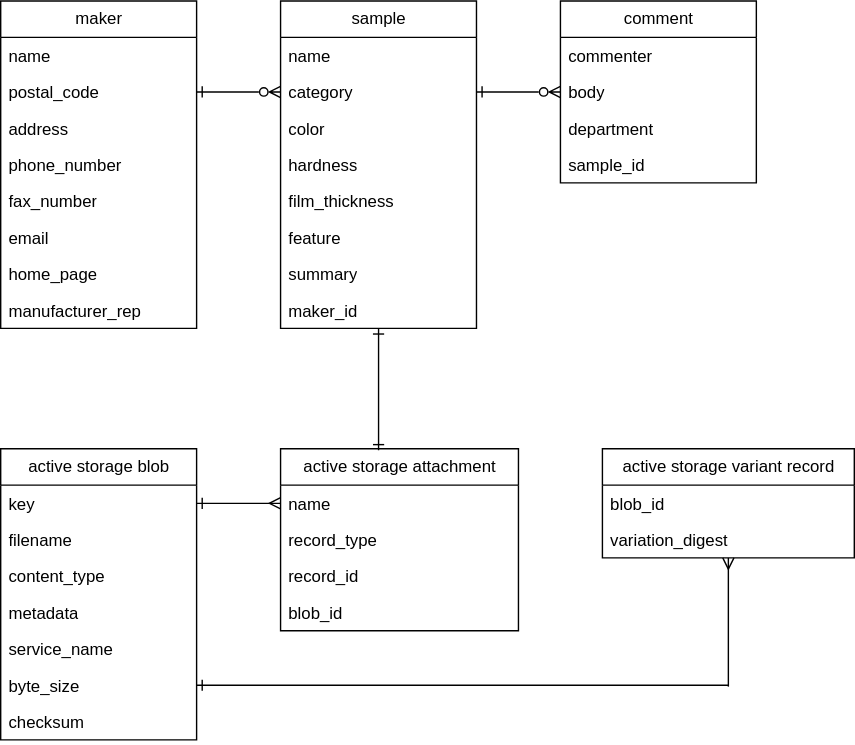
This is entity_relationship_diagram/er_diagram.drawio.svg from harutoreon/surface-treatment-manager, a draw.io export, as it was before one commit. Source tidied: cells renumbered, new cells last; positions are measured from the earlier drawing's top-left corner, leaving out a move shared by most shapes. Its diagram source:
```xml
<mxGraphModel>
  <root>
    <mxCell id="0" />
    <mxCell id="1" parent="0" />
    <mxCell id="2" value="maker" style="swimlane;fontStyle=0;horizontal=1;startSize=26;fillColor=none;html=1;" parent="1" vertex="1">
      <mxGeometry width="140" height="234" as="geometry" />
    </mxCell>
    <mxCell id="3" value="name" style="text;strokeColor=none;fillColor=none;align=left;verticalAlign=top;spacingLeft=4;spacingRight=4;overflow=hidden;whiteSpace=wrap;html=1;" parent="2" vertex="1">
      <mxGeometry y="26" width="140" height="26" as="geometry" />
    </mxCell>
    <mxCell id="4" value="postal_code" style="text;strokeColor=none;fillColor=none;align=left;verticalAlign=top;spacingLeft=4;spacingRight=4;overflow=hidden;points=[[0,0.5],[1,0.5]];portConstraint=eastwest;whiteSpace=wrap;html=1;" parent="2" vertex="1">
      <mxGeometry y="52" width="140" height="26" as="geometry" />
    </mxCell>
    <mxCell id="5" value="address" style="text;strokeColor=none;fillColor=none;align=left;verticalAlign=top;spacingLeft=4;spacingRight=4;overflow=hidden;whiteSpace=wrap;html=1;" parent="2" vertex="1">
      <mxGeometry y="78" width="140" height="26" as="geometry" />
    </mxCell>
    <mxCell id="6" value="phone_number" style="text;strokeColor=none;fillColor=none;align=left;verticalAlign=top;spacingLeft=4;spacingRight=4;overflow=hidden;whiteSpace=wrap;html=1;" parent="2" vertex="1">
      <mxGeometry y="104" width="140" height="26" as="geometry" />
    </mxCell>
    <mxCell id="7" value="fax_number" style="text;strokeColor=none;fillColor=none;align=left;verticalAlign=top;spacingLeft=4;spacingRight=4;overflow=hidden;whiteSpace=wrap;html=1;" parent="2" vertex="1">
      <mxGeometry y="130" width="140" height="26" as="geometry" />
    </mxCell>
    <mxCell id="8" value="email" style="text;strokeColor=none;fillColor=none;align=left;verticalAlign=top;spacingLeft=4;spacingRight=4;overflow=hidden;whiteSpace=wrap;html=1;" parent="2" vertex="1">
      <mxGeometry y="156" width="140" height="26" as="geometry" />
    </mxCell>
    <mxCell id="9" value="home_page" style="text;strokeColor=none;fillColor=none;align=left;verticalAlign=top;spacingLeft=4;spacingRight=4;overflow=hidden;whiteSpace=wrap;html=1;" parent="2" vertex="1">
      <mxGeometry y="182" width="140" height="26" as="geometry" />
    </mxCell>
    <mxCell id="10" value="manufacturer_rep" style="text;strokeColor=none;fillColor=none;align=left;verticalAlign=top;spacingLeft=4;spacingRight=4;overflow=hidden;whiteSpace=wrap;html=1;" parent="2" vertex="1">
      <mxGeometry y="208" width="140" height="26" as="geometry" />
    </mxCell>
    <mxCell id="11" value="&lt;span style=&quot;font-weight: normal;&quot;&gt;sample&lt;/span&gt;" style="swimlane;fontStyle=1;horizontal=1;startSize=26;fillColor=none;html=1;" parent="1" vertex="1">
      <mxGeometry x="200" width="140" height="234" as="geometry" />
    </mxCell>
    <mxCell id="12" value="name" style="text;strokeColor=none;fillColor=none;align=left;verticalAlign=top;spacingLeft=4;spacingRight=4;overflow=hidden;whiteSpace=wrap;html=1;" parent="11" vertex="1">
      <mxGeometry y="26" width="140" height="26" as="geometry" />
    </mxCell>
    <mxCell id="13" value="category" style="text;strokeColor=none;fillColor=none;align=left;verticalAlign=top;spacingLeft=4;spacingRight=4;overflow=hidden;points=[[0,0.5],[1,0.5]];portConstraint=eastwest;whiteSpace=wrap;html=1;" parent="11" vertex="1">
      <mxGeometry y="52" width="140" height="26" as="geometry" />
    </mxCell>
    <mxCell id="14" value="color" style="text;strokeColor=none;fillColor=none;align=left;verticalAlign=top;spacingLeft=4;spacingRight=4;overflow=hidden;whiteSpace=wrap;html=1;" parent="11" vertex="1">
      <mxGeometry y="78" width="140" height="26" as="geometry" />
    </mxCell>
    <mxCell id="15" value="hardness" style="text;strokeColor=none;fillColor=none;align=left;verticalAlign=top;spacingLeft=4;spacingRight=4;overflow=hidden;whiteSpace=wrap;html=1;" parent="11" vertex="1">
      <mxGeometry y="104" width="140" height="26" as="geometry" />
    </mxCell>
    <mxCell id="16" value="film_thickness" style="text;strokeColor=none;fillColor=none;align=left;verticalAlign=top;spacingLeft=4;spacingRight=4;overflow=hidden;whiteSpace=wrap;html=1;" parent="11" vertex="1">
      <mxGeometry y="130" width="140" height="26" as="geometry" />
    </mxCell>
    <mxCell id="17" value="feature" style="text;strokeColor=none;fillColor=none;align=left;verticalAlign=top;spacingLeft=4;spacingRight=4;overflow=hidden;whiteSpace=wrap;html=1;" parent="11" vertex="1">
      <mxGeometry y="156" width="140" height="26" as="geometry" />
    </mxCell>
    <mxCell id="18" value="summary" style="text;strokeColor=none;fillColor=none;align=left;verticalAlign=top;spacingLeft=4;spacingRight=4;overflow=hidden;whiteSpace=wrap;html=1;" parent="11" vertex="1">
      <mxGeometry y="182" width="140" height="26" as="geometry" />
    </mxCell>
    <mxCell id="19" value="maker_id" style="text;strokeColor=none;fillColor=none;align=left;verticalAlign=top;spacingLeft=4;spacingRight=4;overflow=hidden;whiteSpace=wrap;html=1;" parent="11" vertex="1">
      <mxGeometry y="208" width="140" height="26" as="geometry" />
    </mxCell>
    <mxCell id="20" value="&lt;span style=&quot;font-weight: normal;&quot;&gt;comment&lt;/span&gt;" style="swimlane;fontStyle=1;horizontal=1;startSize=26;fillColor=none;html=1;" parent="1" vertex="1">
      <mxGeometry x="400" width="140" height="130" as="geometry" />
    </mxCell>
    <mxCell id="21" value="commenter" style="text;strokeColor=none;fillColor=none;align=left;verticalAlign=top;spacingLeft=4;spacingRight=4;overflow=hidden;whiteSpace=wrap;html=1;" parent="20" vertex="1">
      <mxGeometry y="26" width="140" height="26" as="geometry" />
    </mxCell>
    <mxCell id="22" value="body" style="text;strokeColor=none;fillColor=none;align=left;verticalAlign=top;spacingLeft=4;spacingRight=4;overflow=hidden;points=[[0,0.5],[1,0.5]];portConstraint=eastwest;whiteSpace=wrap;html=1;" parent="20" vertex="1">
      <mxGeometry y="52" width="140" height="26" as="geometry" />
    </mxCell>
    <mxCell id="23" value="department" style="text;strokeColor=none;fillColor=none;align=left;verticalAlign=top;spacingLeft=4;spacingRight=4;overflow=hidden;whiteSpace=wrap;html=1;" parent="20" vertex="1">
      <mxGeometry y="78" width="140" height="26" as="geometry" />
    </mxCell>
    <mxCell id="24" value="sample_id" style="text;strokeColor=none;fillColor=none;align=left;verticalAlign=top;spacingLeft=4;spacingRight=4;overflow=hidden;whiteSpace=wrap;html=1;" parent="20" vertex="1">
      <mxGeometry y="104" width="140" height="26" as="geometry" />
    </mxCell>
    <mxCell id="25" style="edgeStyle=none;html=1;exitX=1;exitY=0.5;exitDx=0;exitDy=0;entryX=0;entryY=0.5;entryDx=0;entryDy=0;startArrow=ERone;startFill=0;endArrow=ERzeroToMany;endFill=0;" parent="1" edge="1" source="13" target="22">
      <mxGeometry relative="1" as="geometry" />
    </mxCell>
    <mxCell id="26" style="edgeStyle=none;html=1;exitX=1;exitY=0.5;exitDx=0;exitDy=0;entryX=0;entryY=0.5;entryDx=0;entryDy=0;startArrow=ERone;startFill=0;endArrow=ERzeroToMany;endFill=0;" parent="1" edge="1" source="4" target="13">
      <mxGeometry relative="1" as="geometry" />
    </mxCell>
    <mxCell id="27" value="active storage attachment" style="swimlane;fontStyle=0;horizontal=1;startSize=26;fillColor=none;html=1;" parent="1" vertex="1">
      <mxGeometry x="200" y="320" width="170" height="130" as="geometry" />
    </mxCell>
    <mxCell id="28" value="name" style="text;strokeColor=none;fillColor=none;align=left;verticalAlign=top;spacingLeft=4;spacingRight=4;overflow=hidden;points=[[0,0.5],[1,0.5]];portConstraint=eastwest;whiteSpace=wrap;html=1;" parent="27" vertex="1">
      <mxGeometry y="26" width="170" height="26" as="geometry" />
    </mxCell>
    <mxCell id="29" value="record_type" style="text;strokeColor=none;fillColor=none;align=left;verticalAlign=top;spacingLeft=4;spacingRight=4;overflow=hidden;whiteSpace=wrap;html=1;" parent="27" vertex="1">
      <mxGeometry y="52" width="170" height="26" as="geometry" />
    </mxCell>
    <mxCell id="30" value="record_id" style="text;strokeColor=none;fillColor=none;align=left;verticalAlign=top;spacingLeft=4;spacingRight=4;overflow=hidden;whiteSpace=wrap;html=1;" parent="27" vertex="1">
      <mxGeometry y="78" width="170" height="26" as="geometry" />
    </mxCell>
    <mxCell id="31" value="blob_id" style="text;strokeColor=none;fillColor=none;align=left;verticalAlign=top;spacingLeft=4;spacingRight=4;overflow=hidden;whiteSpace=wrap;html=1;" parent="27" vertex="1">
      <mxGeometry y="104" width="170" height="26" as="geometry" />
    </mxCell>
    <mxCell id="32" value="active storage blob" style="swimlane;fontStyle=0;horizontal=1;startSize=26;fillColor=none;html=1;" parent="1" vertex="1">
      <mxGeometry y="320" width="140" height="208" as="geometry" />
    </mxCell>
    <mxCell id="33" value="key" style="text;strokeColor=none;fillColor=none;align=left;verticalAlign=top;spacingLeft=4;spacingRight=4;overflow=hidden;points=[[0,0.5],[1,0.5]];portConstraint=eastwest;whiteSpace=wrap;html=1;" parent="32" vertex="1">
      <mxGeometry y="26" width="140" height="26" as="geometry" />
    </mxCell>
    <mxCell id="34" value="filename" style="text;strokeColor=none;fillColor=none;align=left;verticalAlign=top;spacingLeft=4;spacingRight=4;overflow=hidden;whiteSpace=wrap;html=1;" parent="32" vertex="1">
      <mxGeometry y="52" width="140" height="26" as="geometry" />
    </mxCell>
    <mxCell id="35" value="content_type" style="text;strokeColor=none;fillColor=none;align=left;verticalAlign=top;spacingLeft=4;spacingRight=4;overflow=hidden;whiteSpace=wrap;html=1;" parent="32" vertex="1">
      <mxGeometry y="78" width="140" height="26" as="geometry" />
    </mxCell>
    <mxCell id="36" value="metadata" style="text;strokeColor=none;fillColor=none;align=left;verticalAlign=top;spacingLeft=4;spacingRight=4;overflow=hidden;whiteSpace=wrap;html=1;" parent="32" vertex="1">
      <mxGeometry y="104" width="140" height="26" as="geometry" />
    </mxCell>
    <mxCell id="37" value="service_name" style="text;strokeColor=none;fillColor=none;align=left;verticalAlign=top;spacingLeft=4;spacingRight=4;overflow=hidden;whiteSpace=wrap;html=1;" parent="32" vertex="1">
      <mxGeometry y="130" width="140" height="26" as="geometry" />
    </mxCell>
    <mxCell id="38" style="edgeStyle=none;html=1;endArrow=none;endFill=0;startArrow=ERone;startFill=0;" parent="32" edge="1" source="39">
      <mxGeometry relative="1" as="geometry">
        <mxPoint x="520" y="169" as="targetPoint" />
      </mxGeometry>
    </mxCell>
    <mxCell id="39" value="byte_size" style="text;strokeColor=none;fillColor=none;align=left;verticalAlign=top;spacingLeft=4;spacingRight=4;overflow=hidden;points=[[0,0.5],[1,0.5]];portConstraint=eastwest;whiteSpace=wrap;html=1;" parent="32" vertex="1">
      <mxGeometry y="156" width="140" height="26" as="geometry" />
    </mxCell>
    <mxCell id="40" value="checksum" style="text;strokeColor=none;fillColor=none;align=left;verticalAlign=top;spacingLeft=4;spacingRight=4;overflow=hidden;whiteSpace=wrap;html=1;" parent="32" vertex="1">
      <mxGeometry y="182" width="140" height="26" as="geometry" />
    </mxCell>
    <mxCell id="41" style="edgeStyle=none;html=1;endArrow=none;endFill=0;startArrow=ERmany;startFill=0;" parent="1" edge="1" source="42">
      <mxGeometry relative="1" as="geometry">
        <mxPoint x="520" y="490" as="targetPoint" />
      </mxGeometry>
    </mxCell>
    <mxCell id="42" value="active storage variant record" style="swimlane;fontStyle=0;horizontal=1;startSize=26;fillColor=none;html=1;" parent="1" vertex="1">
      <mxGeometry x="430" y="320" width="180" height="78" as="geometry" />
    </mxCell>
    <mxCell id="43" value="blob_id" style="text;strokeColor=none;fillColor=none;align=left;verticalAlign=top;spacingLeft=4;spacingRight=4;overflow=hidden;whiteSpace=wrap;html=1;" parent="42" vertex="1">
      <mxGeometry y="26" width="180" height="26" as="geometry" />
    </mxCell>
    <mxCell id="44" value="variation_digest" style="text;strokeColor=none;fillColor=none;align=left;verticalAlign=top;spacingLeft=4;spacingRight=4;overflow=hidden;whiteSpace=wrap;html=1;" parent="42" vertex="1">
      <mxGeometry y="52" width="180" height="26" as="geometry" />
    </mxCell>
    <mxCell id="45" style="edgeStyle=none;html=1;entryX=0.412;entryY=0.008;entryDx=0;entryDy=0;entryPerimeter=0;startArrow=ERone;startFill=0;endArrow=ERone;endFill=0;" parent="1" edge="1" source="11" target="27">
      <mxGeometry relative="1" as="geometry" />
    </mxCell>
    <mxCell id="46" style="edgeStyle=none;html=1;entryX=0;entryY=0.5;entryDx=0;entryDy=0;startArrow=ERone;startFill=0;endArrow=ERmany;endFill=0;" parent="1" edge="1" source="33" target="28">
      <mxGeometry relative="1" as="geometry" />
    </mxCell>
  </root>
</mxGraphModel>
```
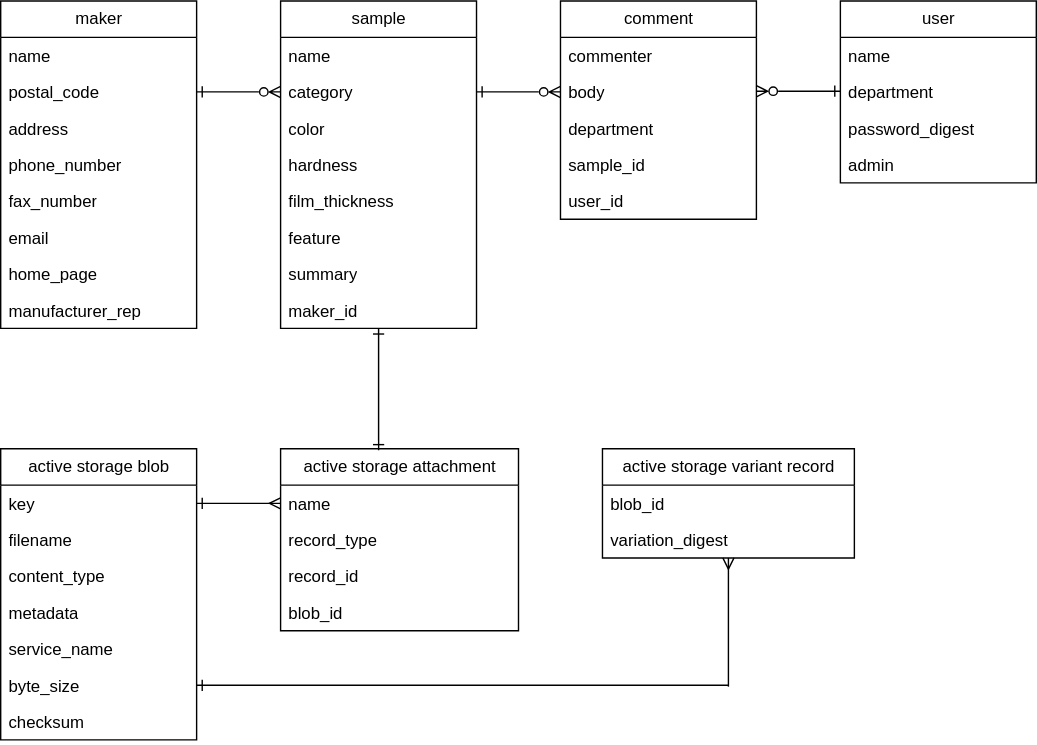
The same diagram one commit later.

Commit message:
Define relationship between users and comments

Change to the diagram source:
```diff
@@ -57,7 +57,7 @@
       <mxGeometry y="208" width="140" height="26" as="geometry" />
     </mxCell>
     <mxCell id="20" value="&lt;span style=&quot;font-weight: normal;&quot;&gt;comment&lt;/span&gt;" style="swimlane;fontStyle=1;horizontal=1;startSize=26;fillColor=none;html=1;" parent="1" vertex="1">
-      <mxGeometry x="400" width="140" height="130" as="geometry" />
+      <mxGeometry x="400" width="140" height="156" as="geometry" />
     </mxCell>
     <mxCell id="21" value="commenter" style="text;strokeColor=none;fillColor=none;align=left;verticalAlign=top;spacingLeft=4;spacingRight=4;overflow=hidden;whiteSpace=wrap;html=1;" parent="20" vertex="1">
       <mxGeometry y="26" width="140" height="26" as="geometry" />
@@ -71,6 +71,9 @@
     <mxCell id="24" value="sample_id" style="text;strokeColor=none;fillColor=none;align=left;verticalAlign=top;spacingLeft=4;spacingRight=4;overflow=hidden;whiteSpace=wrap;html=1;" parent="20" vertex="1">
       <mxGeometry y="104" width="140" height="26" as="geometry" />
     </mxCell>
+    <mxCell id="47" value="user_id" style="text;strokeColor=none;fillColor=none;align=left;verticalAlign=top;spacingLeft=4;spacingRight=4;overflow=hidden;whiteSpace=wrap;html=1;" parent="20" vertex="1">
+      <mxGeometry y="130" width="140" height="26" as="geometry" />
+    </mxCell>
     <mxCell id="25" style="edgeStyle=none;html=1;exitX=1;exitY=0.5;exitDx=0;exitDy=0;entryX=0;entryY=0.5;entryDx=0;entryDy=0;startArrow=ERone;startFill=0;endArrow=ERzeroToMany;endFill=0;" parent="1" edge="1" source="13" target="22">
       <mxGeometry relative="1" as="geometry" />
     </mxCell>
@@ -141,5 +144,26 @@
     <mxCell id="46" style="edgeStyle=none;html=1;entryX=0;entryY=0.5;entryDx=0;entryDy=0;startArrow=ERone;startFill=0;endArrow=ERmany;endFill=0;" parent="1" edge="1" source="33" target="28">
       <mxGeometry relative="1" as="geometry" />
     </mxCell>
+    <mxCell id="48" value="user" style="swimlane;fontStyle=0;horizontal=1;startSize=26;fillColor=none;html=1;" parent="1" vertex="1">
+      <mxGeometry x="600" width="140" height="130" as="geometry" />
+    </mxCell>
+    <mxCell id="49" value="name" style="text;strokeColor=none;fillColor=none;align=left;verticalAlign=top;spacingLeft=4;spacingRight=4;overflow=hidden;whiteSpace=wrap;html=1;" parent="48" vertex="1">
+      <mxGeometry y="26" width="140" height="26" as="geometry" />
+    </mxCell>
+    <mxCell id="50" value="department" style="text;strokeColor=none;fillColor=none;align=left;verticalAlign=top;spacingLeft=4;spacingRight=4;overflow=hidden;whiteSpace=wrap;html=1;" parent="48" vertex="1">
+      <mxGeometry y="52" width="140" height="26" as="geometry" />
+    </mxCell>
+    <mxCell id="51" value="password_digest" style="text;strokeColor=none;fillColor=none;align=left;verticalAlign=top;spacingLeft=4;spacingRight=4;overflow=hidden;whiteSpace=wrap;html=1;" parent="48" vertex="1">
+      <mxGeometry y="78" width="140" height="26" as="geometry" />
+    </mxCell>
+    <mxCell id="52" value="admin" style="text;strokeColor=none;fillColor=none;align=left;verticalAlign=top;spacingLeft=4;spacingRight=4;overflow=hidden;whiteSpace=wrap;html=1;" parent="48" vertex="1">
+      <mxGeometry y="104" width="140" height="26" as="geometry" />
+    </mxCell>
+    <mxCell id="53" style="html=1;exitX=1;exitY=0.5;exitDx=0;exitDy=0;entryX=0;entryY=0.5;entryDx=0;entryDy=0;startArrow=ERzeroToMany;startFill=0;endArrow=ERone;endFill=0;fontStyle=0;" parent="1" edge="1">
+      <mxGeometry relative="1" as="geometry">
+        <mxPoint x="540" y="64.5" as="sourcePoint" />
+        <mxPoint x="600" y="64.5" as="targetPoint" />
+      </mxGeometry>
+    </mxCell>
   </root>
 </mxGraphModel>
```
